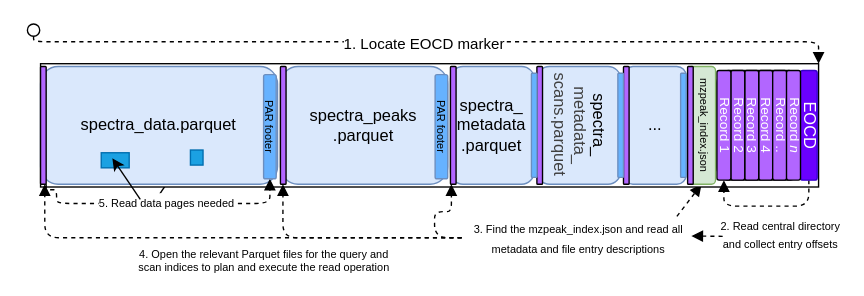
This is docs/assets/img/zip-structure-p2.drawio from HUPO-PSI/mzPeak-specification, a draw.io file, before an edit. Source tidied: cells renumbered, new cells numbered last; positions are measured from the earlier drawing's top-left corner, leaving out a move shared by most shapes. Both pictures are drawn from the tidied source at 137%, with x=0, y=0 at pixel (26, 23).
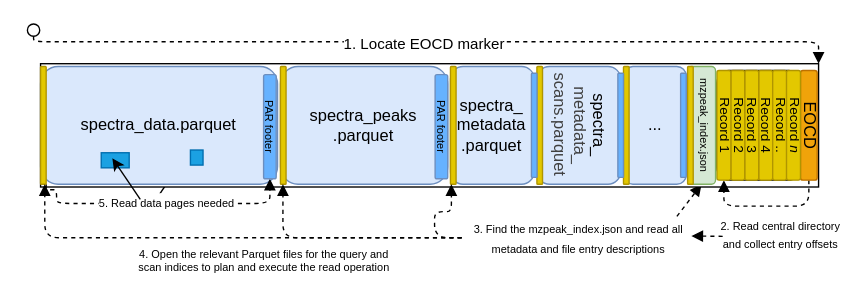
The same diagram, later.

Diff of the diagram source:
```diff
@@
-    <mxCell id="16" value="EOCD" style="rounded=1;whiteSpace=wrap;html=1;roundedPerimeter=1;fillColor=#6a00ff;fontColor=#FFFFFF;strokeColor=#3700CC;textDirection=vertical-lr;" parent="1" vertex="1">
+    <mxCell id="16" value="EOCD" style="rounded=1;whiteSpace=wrap;html=1;roundedPerimeter=1;fillColor=#f0a30a;fontColor=#000000;strokeColor=#BD7000;textDirection=vertical-lr;" parent="1" vertex="1">
       <mxGeometry x="564.8" y="34" width="12.2" height="80" as="geometry" />
     </mxCell>
-    <mxCell id="17" value="Record 4" style="rounded=1;whiteSpace=wrap;html=1;roundedPerimeter=1;fillColor=#B266FF;fontColor=#ffffff;strokeColor=#000000;textDirection=vertical-lr;fontSize=10;" parent="1" vertex="1">
+    <mxCell id="17" value="Record 4" style="rounded=1;whiteSpace=wrap;html=1;roundedPerimeter=1;fillColor=#e3c800;fontColor=#000000;strokeColor=#B09500;textDirection=vertical-lr;fontSize=10;" parent="1" vertex="1">
       <mxGeometry x="534.3" y="34" width="10.2" height="80" as="geometry" />
     </mxCell>
-    <mxCell id="18" value="Record 3" style="rounded=1;whiteSpace=wrap;html=1;roundedPerimeter=1;fillColor=#B266FF;fontColor=#ffffff;strokeColor=#000000;textDirection=vertical-lr;fontSize=10;" parent="1" vertex="1">
+    <mxCell id="18" value="Record 3" style="rounded=1;whiteSpace=wrap;html=1;roundedPerimeter=1;fillColor=#e3c800;fontColor=#000000;strokeColor=#B09500;textDirection=vertical-lr;fontSize=10;" parent="1" vertex="1">
       <mxGeometry x="524.1" y="34" width="10.2" height="80" as="geometry" />
     </mxCell>
-    <mxCell id="19" value="Record 2" style="rounded=1;whiteSpace=wrap;html=1;roundedPerimeter=1;fillColor=#B266FF;fontColor=#ffffff;strokeColor=#000000;textDirection=vertical-lr;fontSize=10;" parent="1" vertex="1">
+    <mxCell id="19" value="Record 2" style="rounded=1;whiteSpace=wrap;html=1;roundedPerimeter=1;fillColor=#e3c800;fontColor=#000000;strokeColor=#B09500;textDirection=vertical-lr;fontSize=10;" parent="1" vertex="1">
       <mxGeometry x="513.9" y="34" width="10.2" height="80" as="geometry" />
     </mxCell>
-    <mxCell id="20" value="Record 1" style="rounded=1;whiteSpace=wrap;html=1;roundedPerimeter=1;fillColor=#B266FF;fontColor=#ffffff;strokeColor=#000000;textDirection=vertical-lr;fontSize=10;" parent="1" vertex="1">
+    <mxCell id="20" value="Record 1" style="rounded=1;whiteSpace=wrap;html=1;roundedPerimeter=1;fillColor=#e3c800;fontColor=#000000;strokeColor=#B09500;textDirection=vertical-lr;fontSize=10;" parent="1" vertex="1">
       <mxGeometry x="503.8" y="34" width="10.2" height="80" as="geometry" />
     </mxCell>
-    <mxCell id="21" style="rounded=1;whiteSpace=wrap;html=1;roundedPerimeter=1;fillColor=#B266FF;" parent="1" vertex="1">
+    <mxCell id="21" style="rounded=1;whiteSpace=wrap;html=1;roundedPerimeter=1;fillColor=#e3c800;fontColor=#000000;strokeColor=#B09500;" parent="1" vertex="1">
       <mxGeometry x="309.3" y="31" width="4.1" height="86" as="geometry" />
     </mxCell>
@@
-    <mxCell id="23" style="rounded=1;whiteSpace=wrap;html=1;roundedPerimeter=1;fillColor=#B266FF;" parent="1" vertex="1">
+    <mxCell id="23" style="rounded=1;whiteSpace=wrap;html=1;roundedPerimeter=1;fillColor=#e3c800;fontColor=#000000;strokeColor=#B09500;" parent="1" vertex="1">
       <mxGeometry x="372.4" y="31" width="4.1" height="86" as="geometry" />
     </mxCell>
-    <mxCell id="24" style="rounded=1;whiteSpace=wrap;html=1;roundedPerimeter=1;fillColor=#B266FF;" parent="1" vertex="1">
+    <mxCell id="24" style="rounded=1;whiteSpace=wrap;html=1;roundedPerimeter=1;fillColor=#e3c800;fontColor=#000000;strokeColor=#B09500;" parent="1" vertex="1">
       <mxGeometry x="185.2" y="31" width="4.1" height="86" as="geometry" />
     </mxCell>
@@
-    <mxCell id="27" style="rounded=1;whiteSpace=wrap;html=1;roundedPerimeter=1;fillColor=#B266FF;" parent="1" vertex="1">
+    <mxCell id="27" style="rounded=1;whiteSpace=wrap;html=1;roundedPerimeter=1;fillColor=#e3c800;fontColor=#000000;strokeColor=#B09500;" parent="1" vertex="1">
       <mxGeometry x="10.1" y="31" width="4.1" height="86" as="geometry" />
     </mxCell>
@@
-    <mxCell id="29" style="rounded=1;whiteSpace=wrap;html=1;roundedPerimeter=1;fillColor=#B266FF;" parent="1" vertex="1">
+    <mxCell id="29" style="rounded=1;whiteSpace=wrap;html=1;roundedPerimeter=1;fillColor=#e3c800;fontColor=#000000;strokeColor=#B09500;" parent="1" vertex="1">
       <mxGeometry x="435.6" y="31" width="4.1" height="86" as="geometry" />
     </mxCell>
-    <mxCell id="30" value="Record .." style="rounded=1;whiteSpace=wrap;html=1;roundedPerimeter=1;fillColor=#B266FF;fontColor=#ffffff;strokeColor=#000000;textDirection=vertical-lr;fontSize=10;" parent="1" vertex="1">
+    <mxCell id="30" value="Record .." style="rounded=1;whiteSpace=wrap;html=1;roundedPerimeter=1;fillColor=#e3c800;fontColor=#000000;strokeColor=#B09500;textDirection=vertical-lr;fontSize=10;" parent="1" vertex="1">
       <mxGeometry x="544.5" y="34" width="10.2" height="80" as="geometry" />
     </mxCell>
@@
-    <mxCell id="32" style="rounded=1;whiteSpace=wrap;html=1;roundedPerimeter=1;fillColor=#B266FF;" parent="1" vertex="1">
+    <mxCell id="32" style="rounded=1;whiteSpace=wrap;html=1;roundedPerimeter=1;fillColor=#e3c800;fontColor=#000000;strokeColor=#B09500;" parent="1" vertex="1">
       <mxGeometry x="482.4" y="31" width="4.1" height="86" as="geometry" />
     </mxCell>
-    <mxCell id="33" value="Record &lt;i style=&quot;color: rgb(255, 255, 255);&quot;&gt;n&lt;/i&gt;" style="rounded=1;whiteSpace=wrap;html=1;roundedPerimeter=1;fillColor=#B266FF;fontColor=#ffffff;strokeColor=#000000;textDirection=vertical-lr;fontSize=10;" parent="1" vertex="1">
+    <mxCell id="33" value="Record &lt;i style=&quot;color: rgb(0, 0, 0);&quot;&gt;n&lt;/i&gt;" style="rounded=1;whiteSpace=wrap;html=1;roundedPerimeter=1;fillColor=#e3c800;fontColor=#000000;strokeColor=#B09500;textDirection=vertical-lr;fontSize=10;" parent="1" vertex="1">
       <mxGeometry x="554.6" y="34" width="10.2" height="80" as="geometry" />
     </mxCell>
```
